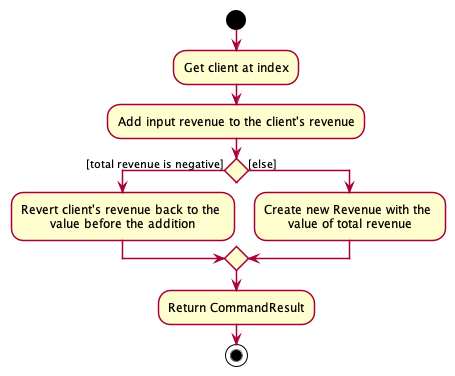
nus-cs2103-AY2122S1/tp keeps this PlantUML diagram as docs/images/RevenueCommandExecuteActivityDiagram.png. Above is the earlier version. Source of this version:
```plantuml
@startuml
!include style.puml
start
:Get client at index;
:Add input revenue to the client's revenue;

if () then ([total revenue is negative])
    :Revert client's revenue back to the \nvalue before the addition;
else ([else])
    :Create new Revenue with the \nvalue of total revenue;
endif
:Return CommandResult;
stop
@enduml
```
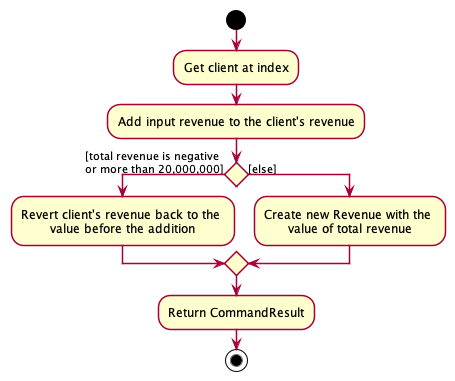
After the change.

The edit, as a diff of the source:
```diff
@@ -4,11 +4,13 @@
 :Get client at index;
 :Add input revenue to the client's revenue;
 
-if () then ([total revenue is negative])
+if () then ([total revenue is negative \nor more than 20,000,000])
     :Revert client's revenue back to the \nvalue before the addition;
 else ([else])
     :Create new Revenue with the \nvalue of total revenue;
 endif
+
 :Return CommandResult;
 stop
+
 @enduml
```
